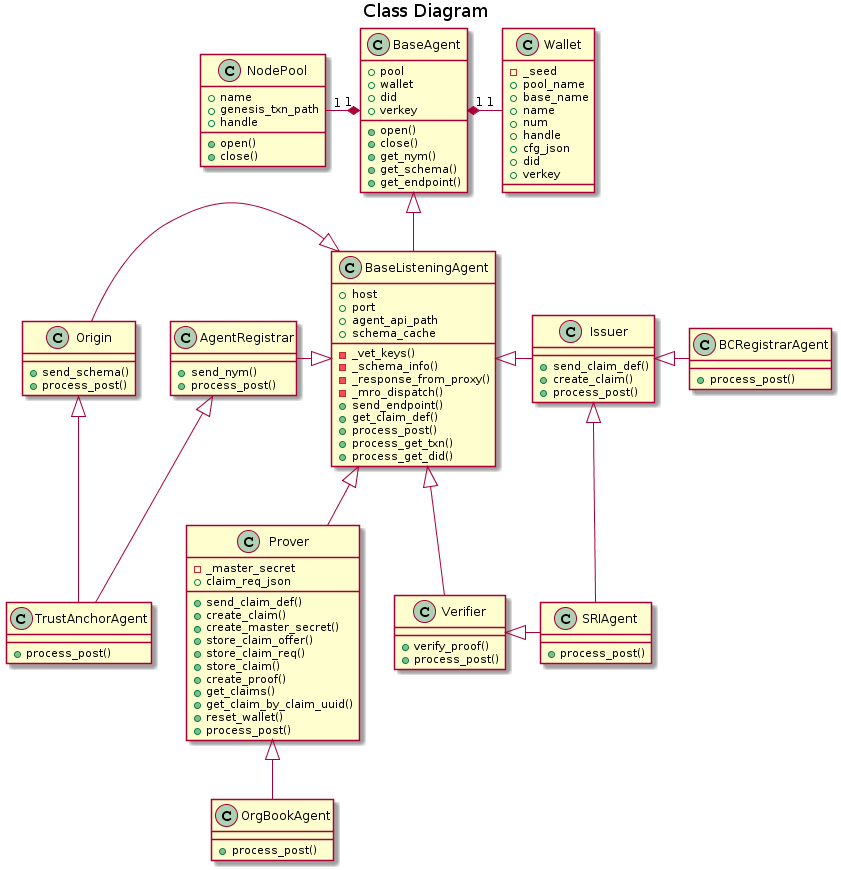
This is doc/pic/class.png from PSPC-SPAC-buyandsell/demo-agent, a PlantUML export, as it was before one commit. Source of this version:
```plantuml
@startuml

title Class Diagram

class Wallet {
    -_seed
    +pool_name
    +base_name
    +name
    +num
    +handle
    +cfg_json
    +did
    +verkey
}

class NodePool {
    +name
    +genesis_txn_path
    +handle
    +open()
    +close()
}

class BaseAgent {
    +pool
    +wallet
    +did
    +verkey
    +open()
    +close()
    +get_nym()
    +get_schema()
    +get_endpoint()
}

class BaseListeningAgent {
    +host
    +port
    +agent_api_path
    +schema_cache
    -_vet_keys()
    -_schema_info()
    -_response_from_proxy()
    -_mro_dispatch()
    +send_endpoint()
    +get_claim_def()
    +process_post()
    +process_get_txn()
    +process_get_did()
}

class AgentRegistrar {
    +send_nym()
    +process_post()
}

class Origin {
    +send_schema()
    +process_post()
}

class Issuer {
    +send_claim_def()
    +create_claim()
    +process_post()
}

class Prover {
    -_master_secret
    +claim_req_json
    +send_claim_def()
    +create_claim()
    +create_master_secret()
    +store_claim_offer()
    +store_claim_req()
    +store_claim()
    +create_proof()
    +get_claims()
    +get_claim_by_claim_uuid()
    +reset_wallet()
    +process_post()
}

class Verifier {
    +verify_proof()
    +process_post()
}

class TrustAnchorAgent {
    +process_post()
}

class SRIAgent {
    +process_post()
}

class BCRegistrarAgent {
    +process_post()
}

class OrgBookAgent {
    +process_post()
}

BaseAgent "1" *-left- "1" NodePool
BaseAgent "1" *-right- "1" Wallet

BaseAgent <|-down- BaseListeningAgent
BaseListeningAgent <|-left- AgentRegistrar
BaseListeningAgent <|-left- Origin
BaseListeningAgent <|-right- Issuer
BaseListeningAgent <|-down- Prover
BaseListeningAgent <|-down- Verifier

AgentRegistrar <|-down- TrustAnchorAgent
Origin <|-down- TrustAnchorAgent

Issuer <|-right- SRIAgent
Verifier <|-right- SRIAgent

Issuer <|- BCRegistrarAgent

Prover <|-down- OrgBookAgent
@enduml
```
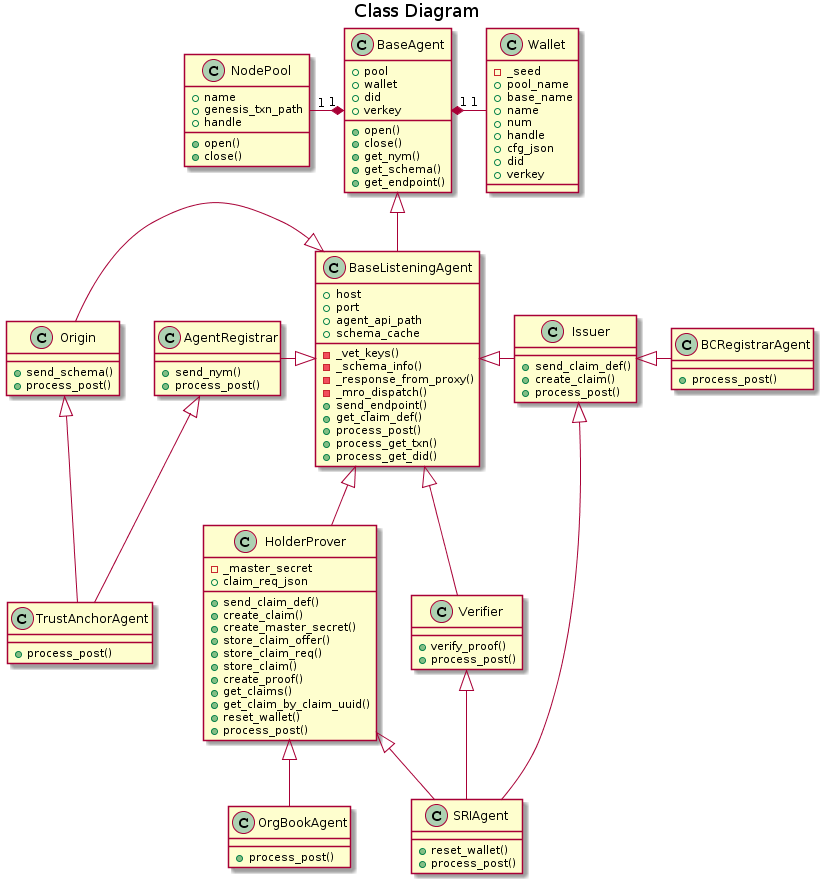
Above is the later version.

Diff of the diagram source:
```diff
@@ -66,7 +66,7 @@
     +process_post()
 }
 
-class Prover {
+class HolderProver {
     -_master_secret
     +claim_req_json
     +send_claim_def()
@@ -92,6 +92,7 @@
 }
 
 class SRIAgent {
+    +reset_wallet()
     +process_post()
 }
 
@@ -110,16 +111,17 @@
 BaseListeningAgent <|-left- AgentRegistrar
 BaseListeningAgent <|-left- Origin
 BaseListeningAgent <|-right- Issuer
-BaseListeningAgent <|-down- Prover
+BaseListeningAgent <|-down- HolderProver
 BaseListeningAgent <|-down- Verifier
 
 AgentRegistrar <|-down- TrustAnchorAgent
 Origin <|-down- TrustAnchorAgent
 
 Issuer <|-right- SRIAgent
-Verifier <|-right- SRIAgent
+Verifier <|-down- SRIAgent
+HolderProver <|- SRIAgent
 
 Issuer <|- BCRegistrarAgent
 
-Prover <|-down- OrgBookAgent
+HolderProver <|-down- OrgBookAgent
 @enduml
```
